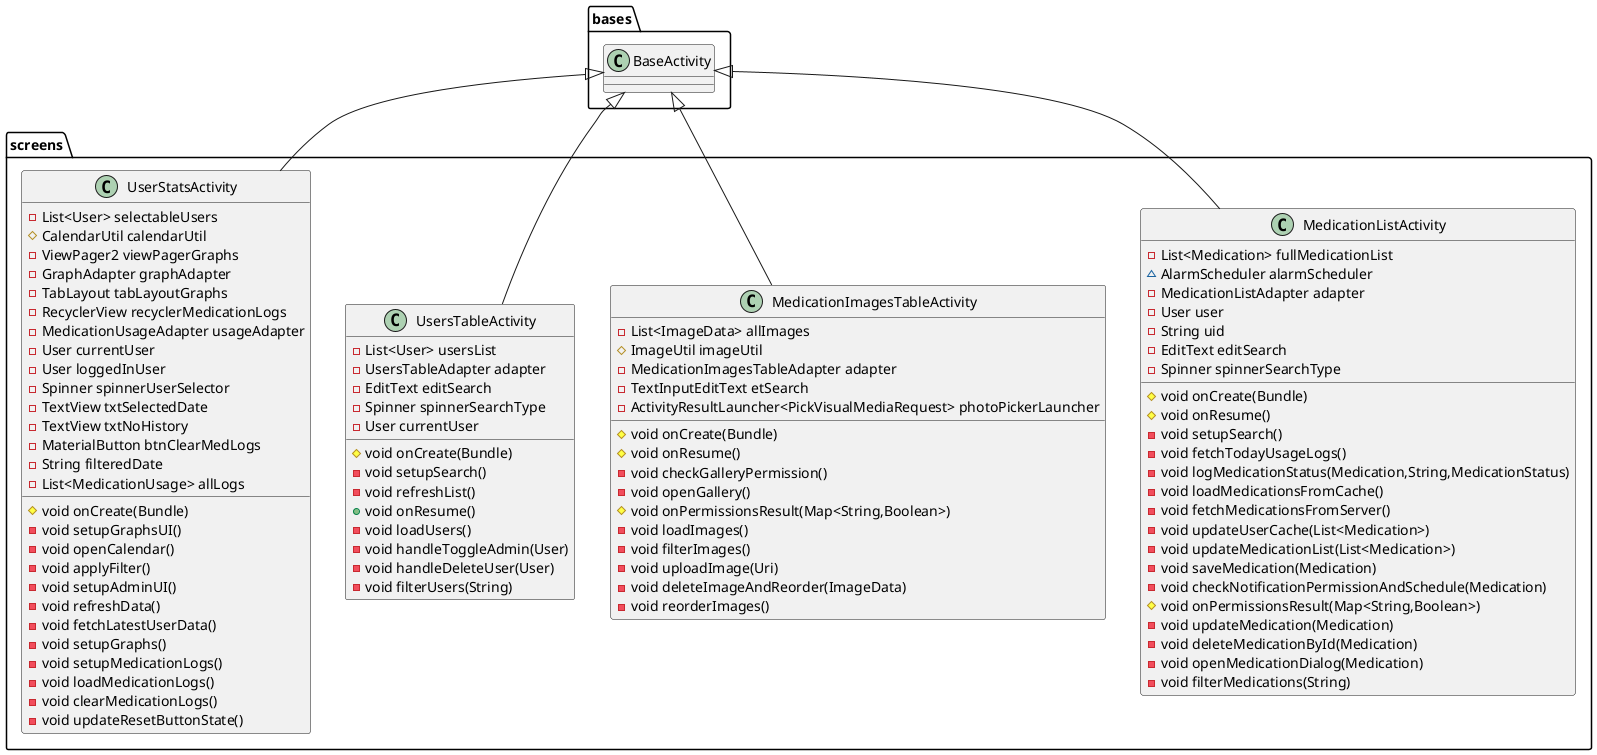
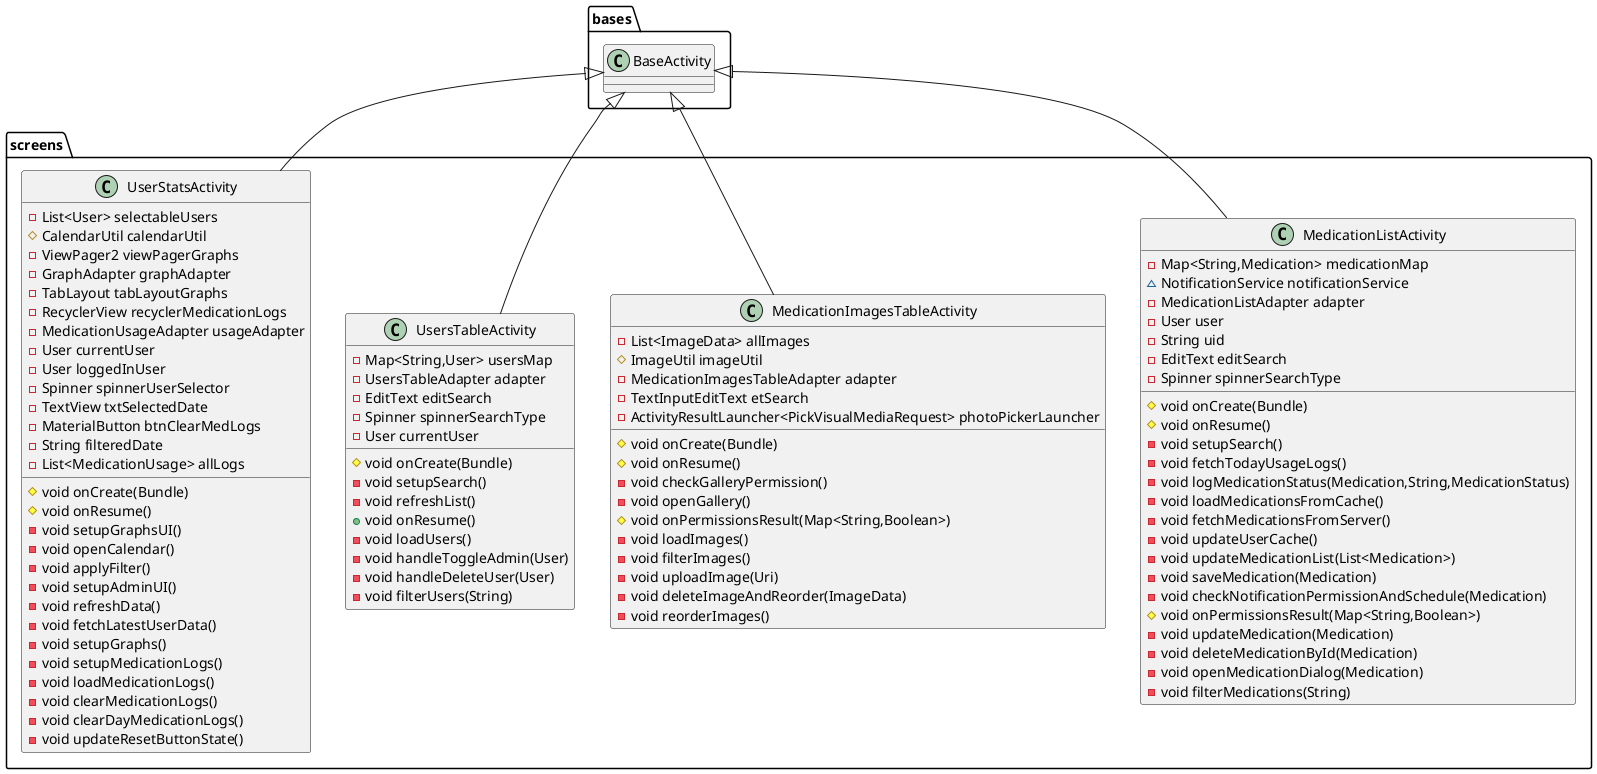
@startuml
class screens.MedicationListActivity {
- - List<Medication> fullMedicationList
- ~ AlarmScheduler alarmScheduler
+ - Map<String,Medication> medicationMap
+ ~ NotificationService notificationService
- MedicationListAdapter adapter
- User user
- String uid
- EditText editSearch
- Spinner spinnerSearchType
# void onCreate(Bundle)
# void onResume()
- void setupSearch()
- void fetchTodayUsageLogs()
- void logMedicationStatus(Medication,String,MedicationStatus)
- void loadMedicationsFromCache()
- void fetchMedicationsFromServer()
- - void updateUserCache(List<Medication>)
+ - void updateUserCache()
- void updateMedicationList(List<Medication>)
- void saveMedication(Medication)
- void checkNotificationPermissionAndSchedule(Medication)
# void onPermissionsResult(Map<String,Boolean>)
- void updateMedication(Medication)
- void deleteMedicationById(Medication)
- void openMedicationDialog(Medication)
- void filterMedications(String)
}


class screens.MedicationImagesTableActivity {
- List<ImageData> allImages
# ImageUtil imageUtil
- MedicationImagesTableAdapter adapter
- TextInputEditText etSearch
- ActivityResultLauncher<PickVisualMediaRequest> photoPickerLauncher
# void onCreate(Bundle)
# void onResume()
- void checkGalleryPermission()
- void openGallery()
# void onPermissionsResult(Map<String,Boolean>)
- void loadImages()
- void filterImages()
- void uploadImage(Uri)
- void deleteImageAndReorder(ImageData)
- void reorderImages()
}


class screens.UsersTableActivity {
- - List<User> usersList
+ - Map<String,User> usersMap
- UsersTableAdapter adapter
- EditText editSearch
- Spinner spinnerSearchType
- User currentUser
# void onCreate(Bundle)
- void setupSearch()
- void refreshList()
+ void onResume()
- void loadUsers()
- void handleToggleAdmin(User)
- void handleDeleteUser(User)
- void filterUsers(String)
}


class screens.UserStatsActivity {
- List<User> selectableUsers
# CalendarUtil calendarUtil
- ViewPager2 viewPagerGraphs
- GraphAdapter graphAdapter
- TabLayout tabLayoutGraphs
- RecyclerView recyclerMedicationLogs
- MedicationUsageAdapter usageAdapter
- User currentUser
- User loggedInUser
- Spinner spinnerUserSelector
- TextView txtSelectedDate
- - TextView txtNoHistory
- MaterialButton btnClearMedLogs
- String filteredDate
- List<MedicationUsage> allLogs
# void onCreate(Bundle)
+ # void onResume()
- void setupGraphsUI()
- void openCalendar()
- void applyFilter()
- void setupAdminUI()
- void refreshData()
- void fetchLatestUserData()
- void setupGraphs()
- void setupMedicationLogs()
- void loadMedicationLogs()
- void clearMedicationLogs()
+ - void clearDayMedicationLogs()
- void updateResetButtonState()
}




bases.BaseActivity <|-- screens.MedicationListActivity
bases.BaseActivity <|-- screens.MedicationImagesTableActivity
bases.BaseActivity <|-- screens.UsersTableActivity
bases.BaseActivity <|-- screens.UserStatsActivity
- @enduml
+ @enduml